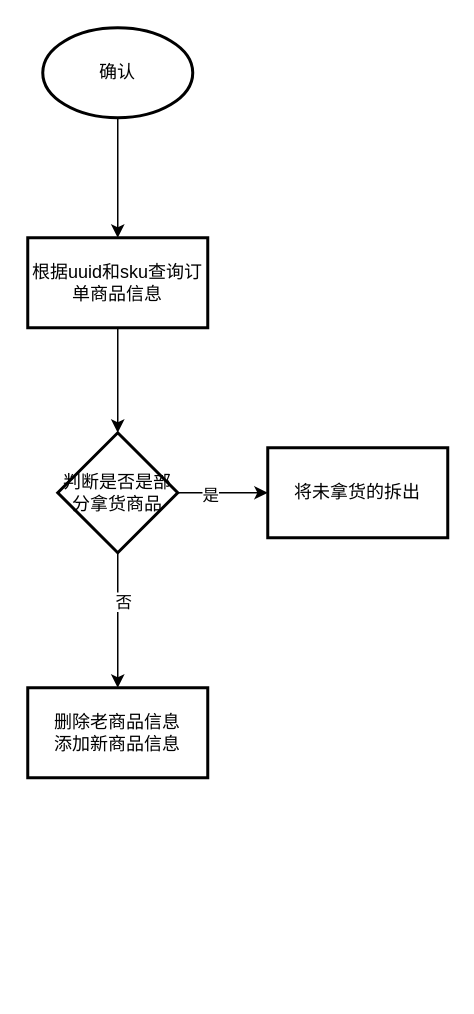
bian0814/draw.io keeps this draw.io diagram as 一货多供.drawio. Above is the earlier version. Source tidied: cells renumbered, new cells numbered last; positions are measured from the earlier drawing's top-left corner, leaving out a move shared by most shapes. Both pictures are drawn from the tidied source at 150%, with x=0, y=0 at pixel (27, 27).
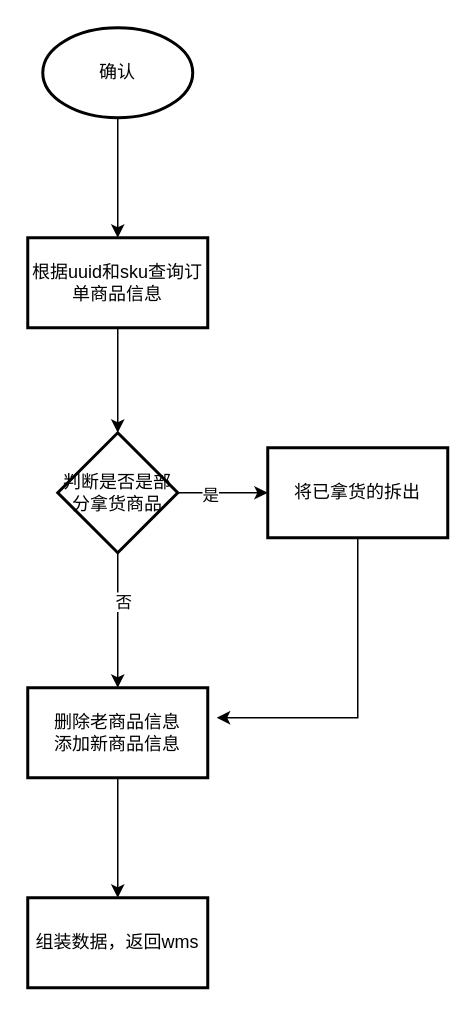
The same diagram, later.

Commit message (it also covers changes not shown here):
更新一货多供.drawio

The edit, as a diff of the source:
```diff
@@
 <mxGraphModel>
   <root>
     <mxCell id="0" />
     <mxCell id="1" parent="0" />
     <mxCell id="2" style="edgeStyle=orthogonalEdgeStyle;rounded=0;jettySize=auto;html=1;" parent="1" edge="1" source="3" target="5">
       <mxGeometry relative="1" as="geometry" />
     </mxCell>
     <mxCell id="3" value="确认" style="strokeWidth=2;html=1;shape=mxgraph.flowchart.start_1;whiteSpace=wrap;" parent="1" vertex="1">
       <mxGeometry x="10" width="100" height="60" as="geometry" />
     </mxCell>
     <mxCell id="4" style="edgeStyle=orthogonalEdgeStyle;rounded=0;jettySize=auto;html=1;" parent="1" edge="1" source="5" target="10">
       <mxGeometry relative="1" as="geometry" />
     </mxCell>
     <mxCell id="5" value="根据uuid和sku查询订单商品信息" style="whiteSpace=wrap;html=1;strokeWidth=2;" parent="1" vertex="1">
       <mxGeometry y="140" width="120" height="60" as="geometry" />
     </mxCell>
     <mxCell id="6" style="edgeStyle=orthogonalEdgeStyle;rounded=0;jettySize=auto;html=1;" parent="1" edge="1" source="10" target="11">
       <mxGeometry relative="1" as="geometry" />
     </mxCell>
     <mxCell id="7" value="是" style="edgeLabel;html=1;align=center;verticalAlign=middle;" parent="6" vertex="1">
       <mxGeometry x="-0.31" y="-1" relative="1" as="geometry" />
     </mxCell>
     <mxCell id="8" style="edgeStyle=orthogonalEdgeStyle;rounded=0;jettySize=auto;html=1;" parent="1" edge="1" source="10" target="12">
       <mxGeometry relative="1" as="geometry" />
     </mxCell>
     <mxCell id="9" value="否" style="edgeLabel;html=1;align=center;verticalAlign=middle;" parent="8" vertex="1">
       <mxGeometry x="-0.28" y="3" relative="1" as="geometry" />
     </mxCell>
     <mxCell id="10" value="判断是否是部分拿货商品" style="rhombus;whiteSpace=wrap;html=1;strokeWidth=2;" parent="1" vertex="1">
       <mxGeometry x="20" y="270" width="80" height="80" as="geometry" />
     </mxCell>
+    <mxCell id="13" style="edgeStyle=orthogonalEdgeStyle;rounded=0;jettySize=auto;html=1;" parent="1" edge="1" source="11">
+      <mxGeometry relative="1" as="geometry">
+        <mxPoint x="126" y="460" as="targetPoint" />
+        <Array as="points">
+          <mxPoint x="220" y="460" />
+        </Array>
+      </mxGeometry>
+    </mxCell>
-    <mxCell id="11" value="将未拿货的拆出" style="whiteSpace=wrap;html=1;strokeWidth=2;" parent="1" vertex="1">
+    <mxCell id="11" value="将已拿货的拆出" style="whiteSpace=wrap;html=1;strokeWidth=2;" parent="1" vertex="1">
       <mxGeometry x="160" y="280" width="120" height="60" as="geometry" />
     </mxCell>
+    <mxCell id="14" style="edgeStyle=orthogonalEdgeStyle;rounded=0;jettySize=auto;html=1;" parent="1" edge="1" source="12" target="15">
+      <mxGeometry relative="1" as="geometry" />
+    </mxCell>
     <mxCell id="12" value="删除老商品信息&lt;br&gt;添加新商品信息" style="whiteSpace=wrap;html=1;strokeWidth=2;" parent="1" vertex="1">
       <mxGeometry y="440" width="120" height="60" as="geometry" />
     </mxCell>
+    <mxCell id="15" value="组装数据，返回wms" style="whiteSpace=wrap;html=1;strokeWidth=2;" parent="1" vertex="1">
+      <mxGeometry y="580" width="120" height="60" as="geometry" />
+    </mxCell>
   </root>
 </mxGraphModel>
```
